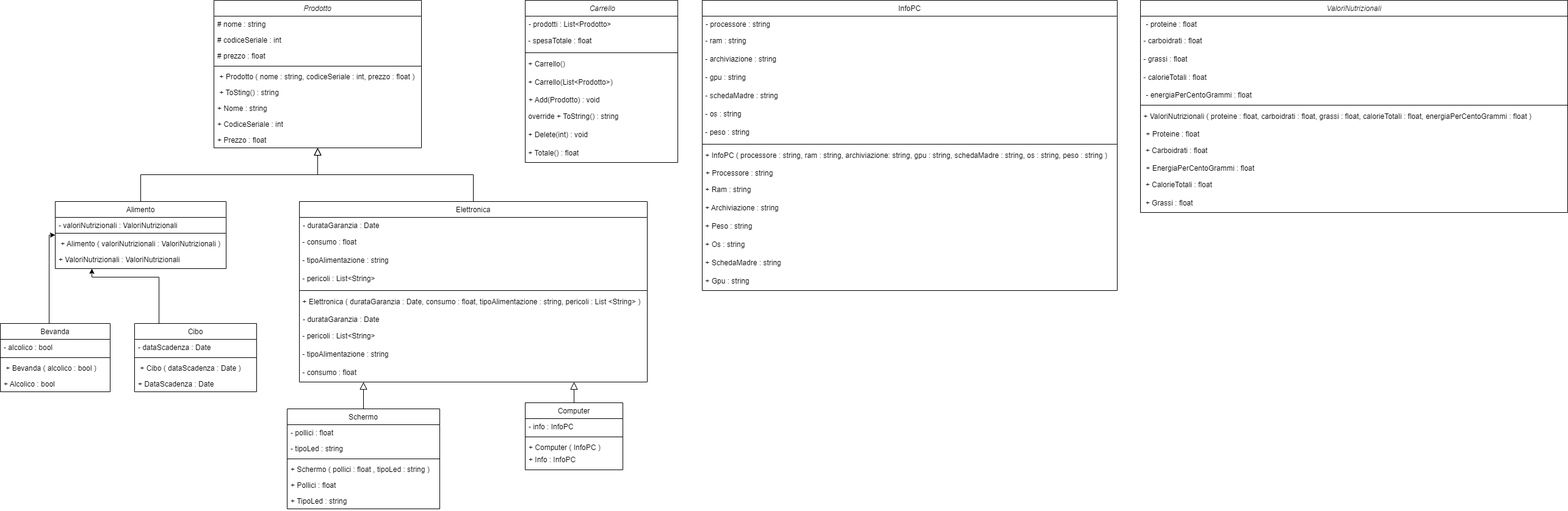
Before: carello.png, a diagram exported from draw.io (Morax-07/CarrelloSpesa). Source tidied: cells renumbered, new cells last; positions are measured from the earlier drawing's top-left corner, leaving out a move shared by most shapes.
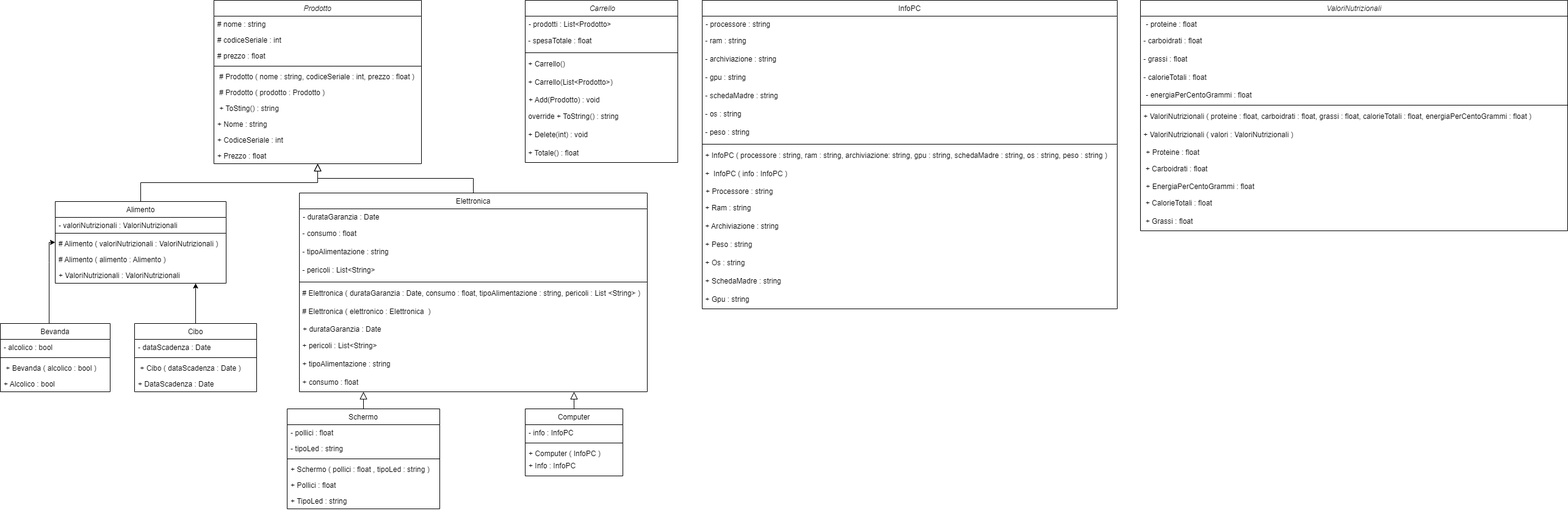
Above is the later version.

The edit, as a diff of the source:
```diff
@@ -3,7 +3,7 @@
     <mxCell id="0" />
     <mxCell id="1" parent="0" />
     <mxCell id="2" value="Prodotto" style="swimlane;fontStyle=2;align=center;verticalAlign=top;horizontal=1;startSize=26;rounded=0;shadow=0;strokeWidth=1;" parent="1" vertex="1">
-      <mxGeometry x="350" width="340" height="242" as="geometry" />
+      <mxGeometry x="350" width="340" height="268" as="geometry" />
     </mxCell>
     <mxCell id="3" value="# nome : string    " style="text;align=left;verticalAlign=top;spacingLeft=4;spacingRight=4;overflow=hidden;" parent="2" vertex="1">
       <mxGeometry y="26" width="340" height="26" as="geometry" />
@@ -17,23 +17,26 @@
     <mxCell id="6" style="line;html=1;strokeWidth=1;align=left;verticalAlign=middle;spacingTop=-1;spacingLeft=3;spacingRight=3;labelPosition=right;" parent="2" vertex="1">
       <mxGeometry y="104" width="340" height="8" as="geometry" />
     </mxCell>
-    <mxCell id="7" value=" + Prodotto ( nome : string, codiceSeriale : int, prezzo : float )" style="text;align=left;verticalAlign=top;spacingLeft=4;spacingRight=4;overflow=hidden;" parent="2" vertex="1">
+    <mxCell id="7" value=" # Prodotto ( nome : string, codiceSeriale : int, prezzo : float )" style="text;align=left;verticalAlign=top;spacingLeft=4;spacingRight=4;overflow=hidden;" parent="2" vertex="1">
       <mxGeometry y="112" width="340" height="26" as="geometry" />
     </mxCell>
+    <mxCell id="97" value=" # Prodotto ( prodotto : Prodotto )" style="text;align=left;verticalAlign=top;spacingLeft=4;spacingRight=4;overflow=hidden;" parent="2" vertex="1">
+      <mxGeometry y="138" width="340" height="26" as="geometry" />
+    </mxCell>
     <mxCell id="8" value=" + ToSting() : string" style="text;align=left;verticalAlign=top;spacingLeft=4;spacingRight=4;overflow=hidden;" parent="2" vertex="1">
-      <mxGeometry y="138" width="340" height="26" as="geometry" />
+      <mxGeometry y="164" width="340" height="26" as="geometry" />
     </mxCell>
     <mxCell id="9" value="+ Nome : string" style="text;align=left;verticalAlign=top;spacingLeft=4;spacingRight=4;overflow=hidden;" parent="2" vertex="1">
-      <mxGeometry y="164" width="340" height="26" as="geometry" />
+      <mxGeometry y="190" width="340" height="26" as="geometry" />
     </mxCell>
     <mxCell id="10" value="+ CodiceSeriale : int" style="text;align=left;verticalAlign=top;spacingLeft=4;spacingRight=4;overflow=hidden;" parent="2" vertex="1">
-      <mxGeometry y="190" width="340" height="26" as="geometry" />
+      <mxGeometry y="216" width="340" height="26" as="geometry" />
     </mxCell>
     <mxCell id="11" value="+ Prezzo : float" style="text;align=left;verticalAlign=top;spacingLeft=4;spacingRight=4;overflow=hidden;" parent="2" vertex="1">
-      <mxGeometry y="216" width="340" height="26" as="geometry" />
+      <mxGeometry y="242" width="340" height="26" as="geometry" />
     </mxCell>
     <mxCell id="12" value="Alimento" style="swimlane;fontStyle=0;align=center;verticalAlign=top;horizontal=1;startSize=26;rounded=0;shadow=0;strokeWidth=1;" parent="1" vertex="1">
-      <mxGeometry x="90" y="330" width="280" height="110" as="geometry" />
+      <mxGeometry x="90" y="330" width="280" height="134" as="geometry" />
     </mxCell>
     <mxCell id="13" value="- valoriNutrizionali : ValoriNutrizionali" style="text;align=left;verticalAlign=top;spacingLeft=4;spacingRight=4;overflow=hidden;" parent="12" vertex="1">
       <mxGeometry y="26" width="280" height="22" as="geometry" />
@@ -41,17 +44,20 @@
     <mxCell id="14" style="line;html=1;strokeWidth=1;align=left;verticalAlign=middle;spacingTop=-1;spacingLeft=3;spacingRight=3;labelPosition=right;" parent="12" vertex="1">
       <mxGeometry y="48" width="280" height="8" as="geometry" />
     </mxCell>
-    <mxCell id="15" value=" + Alimento ( valoriNutrizionali : ValoriNutrizionali )" style="text;align=left;verticalAlign=top;spacingLeft=4;spacingRight=4;overflow=hidden;" parent="12" vertex="1">
+    <mxCell id="15" value="# Alimento ( valoriNutrizionali : ValoriNutrizionali )" style="text;align=left;verticalAlign=top;spacingLeft=4;spacingRight=4;overflow=hidden;" parent="12" vertex="1">
       <mxGeometry y="56" width="280" height="26" as="geometry" />
     </mxCell>
+    <mxCell id="98" value="# Alimento ( alimento : Alimento )" style="text;align=left;verticalAlign=top;spacingLeft=4;spacingRight=4;overflow=hidden;" parent="12" vertex="1">
+      <mxGeometry y="82" width="280" height="26" as="geometry" />
+    </mxCell>
     <mxCell id="16" value="+ ValoriNutrizionali : ValoriNutrizionali" style="text;align=left;verticalAlign=top;spacingLeft=4;spacingRight=4;overflow=hidden;" parent="12" vertex="1">
-      <mxGeometry y="82" width="280" height="26" as="geometry" />
+      <mxGeometry y="108" width="280" height="26" as="geometry" />
     </mxCell>
     <mxCell id="17" style="endArrow=block;endSize=10;endFill=0;shadow=0;strokeWidth=1;rounded=0;curved=0;edgeStyle=elbowEdgeStyle;elbow=vertical;" parent="1" edge="1" source="12" target="2">
       <mxGeometry relative="1" as="geometry" />
     </mxCell>
     <mxCell id="18" value="Elettronica&#10;" style="swimlane;fontStyle=0;align=center;verticalAlign=top;horizontal=1;startSize=26;rounded=0;shadow=0;strokeWidth=1;" parent="1" vertex="1">
-      <mxGeometry x="490" y="330" width="570" height="296" as="geometry" />
+      <mxGeometry x="490" y="316" width="570" height="326" as="geometry" />
     </mxCell>
     <mxCell id="19" value="- durataGaranzia : Date&#10;" style="text;align=left;verticalAlign=top;spacingLeft=4;spacingRight=4;overflow=hidden;" parent="18" vertex="1">
       <mxGeometry y="26" width="570" height="26" as="geometry" />
@@ -68,20 +74,23 @@
     <mxCell id="23" style="line;html=1;strokeWidth=1;align=left;verticalAlign=middle;spacingTop=-1;spacingLeft=3;spacingRight=3;labelPosition=right;" parent="18" vertex="1">
       <mxGeometry y="142" width="570" height="8" as="geometry" />
     </mxCell>
-    <mxCell id="24" value="&amp;nbsp;+ Elettronica ( durataGaranzia : Date, consumo : float, tipoAlimentazione : string, pericoli : List &amp;lt;String&amp;gt; )" style="text;html=1;align=left;verticalAlign=middle;whiteSpace=wrap;rounded=0;" parent="18" vertex="1">
+    <mxCell id="24" value="&amp;nbsp;# Elettronica ( durataGaranzia : Date, consumo : float, tipoAlimentazione : string, pericoli : List &amp;lt;String&amp;gt; )" style="text;html=1;align=left;verticalAlign=middle;whiteSpace=wrap;rounded=0;" parent="18" vertex="1">
       <mxGeometry y="150" width="570" height="30" as="geometry" />
     </mxCell>
+    <mxCell id="99" value="&amp;nbsp;# Elettronica ( elettronico : Elettronica&amp;nbsp; )" style="text;html=1;align=left;verticalAlign=middle;whiteSpace=wrap;rounded=0;" parent="18" vertex="1">
+      <mxGeometry y="180" width="570" height="30" as="geometry" />
+    </mxCell>
-    <mxCell id="25" value="- durataGaranzia : Date&#10;" style="text;align=left;verticalAlign=top;spacingLeft=4;spacingRight=4;overflow=hidden;" parent="18" vertex="1">
-      <mxGeometry y="180" width="570" height="26" as="geometry" />
+    <mxCell id="25" value="+ durataGaranzia : Date&#10;" style="text;align=left;verticalAlign=top;spacingLeft=4;spacingRight=4;overflow=hidden;" parent="18" vertex="1">
+      <mxGeometry y="210" width="570" height="26" as="geometry" />
     </mxCell>
-    <mxCell id="26" value="&amp;nbsp;- pericoli : List&amp;lt;String&amp;gt;" style="text;html=1;align=left;verticalAlign=middle;whiteSpace=wrap;rounded=0;" parent="18" vertex="1">
-      <mxGeometry y="206" width="570" height="30" as="geometry" />
+    <mxCell id="26" value="&amp;nbsp;+ pericoli : List&amp;lt;String&amp;gt;" style="text;html=1;align=left;verticalAlign=middle;whiteSpace=wrap;rounded=0;" parent="18" vertex="1">
+      <mxGeometry y="236" width="570" height="30" as="geometry" />
     </mxCell>
-    <mxCell id="27" value="&amp;nbsp;- tipoAlimentazione : string" style="text;html=1;align=left;verticalAlign=middle;whiteSpace=wrap;rounded=0;" parent="18" vertex="1">
-      <mxGeometry y="236" width="570" height="30" as="geometry" />
+    <mxCell id="27" value="&amp;nbsp;+ tipoAlimentazione : string" style="text;html=1;align=left;verticalAlign=middle;whiteSpace=wrap;rounded=0;" parent="18" vertex="1">
+      <mxGeometry y="266" width="570" height="30" as="geometry" />
     </mxCell>
-    <mxCell id="28" value="&amp;nbsp;- consumo : float" style="text;html=1;align=left;verticalAlign=middle;whiteSpace=wrap;rounded=0;" parent="18" vertex="1">
-      <mxGeometry y="266" width="570" height="30" as="geometry" />
+    <mxCell id="28" value="&amp;nbsp;+ consumo : float" style="text;html=1;align=left;verticalAlign=middle;whiteSpace=wrap;rounded=0;" parent="18" vertex="1">
+      <mxGeometry y="296" width="570" height="30" as="geometry" />
     </mxCell>
     <mxCell id="29" style="endArrow=block;endSize=10;endFill=0;shadow=0;strokeWidth=1;rounded=0;curved=0;edgeStyle=elbowEdgeStyle;elbow=vertical;" parent="1" edge="1" source="18" target="2">
       <mxGeometry relative="1" as="geometry" />
@@ -161,7 +170,7 @@
       </mxGeometry>
     </mxCell>
     <mxCell id="50" value="Computer&#10;" style="swimlane;fontStyle=0;align=center;verticalAlign=top;horizontal=1;startSize=26;rounded=0;shadow=0;strokeWidth=1;" parent="1" vertex="1">
-      <mxGeometry x="860" y="660" width="160" height="110" as="geometry" />
+      <mxGeometry x="860" y="670" width="160" height="110" as="geometry" />
     </mxCell>
     <mxCell id="51" value="- info : InfoPC" style="text;align=left;verticalAlign=top;spacingLeft=4;spacingRight=4;overflow=hidden;" parent="50" vertex="1">
       <mxGeometry y="26" width="160" height="26" as="geometry" />
@@ -216,7 +225,7 @@
       <mxGeometry y="236" width="250" height="30" as="geometry" />
     </mxCell>
     <mxCell id="67" value="InfoPC" style="swimlane;fontStyle=0;align=center;verticalAlign=top;horizontal=1;startSize=26;rounded=0;shadow=0;strokeWidth=1;" parent="1" vertex="1">
-      <mxGeometry x="1150" width="680" height="476" as="geometry" />
+      <mxGeometry x="1150" width="680" height="506" as="geometry" />
     </mxCell>
     <mxCell id="68" value="- processore : string" style="text;align=left;verticalAlign=top;spacingLeft=4;spacingRight=4;overflow=hidden;" parent="67" vertex="1">
       <mxGeometry y="26" width="680" height="26" as="geometry" />
@@ -245,29 +254,32 @@
     <mxCell id="76" value="&amp;nbsp;+ InfoPC ( processore : string, ram : string, archiviazione: string, gpu : string, schedaMadre : string, os : string, peso : string )&amp;nbsp;" style="text;html=1;align=left;verticalAlign=middle;whiteSpace=wrap;rounded=0;" parent="67" vertex="1">
       <mxGeometry y="240" width="680" height="30" as="geometry" />
     </mxCell>
+    <mxCell id="100" value="&amp;nbsp;+&amp;nbsp; InfoPC ( info : InfoPC )" style="text;html=1;align=left;verticalAlign=middle;whiteSpace=wrap;rounded=0;" parent="67" vertex="1">
+      <mxGeometry y="270" width="680" height="30" as="geometry" />
+    </mxCell>
     <mxCell id="77" value="+ Processore : string    " style="text;align=left;verticalAlign=top;spacingLeft=4;spacingRight=4;overflow=hidden;" parent="67" vertex="1">
-      <mxGeometry y="270" width="680" height="26" as="geometry" />
+      <mxGeometry y="300" width="680" height="26" as="geometry" />
     </mxCell>
     <mxCell id="78" value="&amp;nbsp;+ Ram : string" style="text;html=1;align=left;verticalAlign=middle;whiteSpace=wrap;rounded=0;" parent="67" vertex="1">
-      <mxGeometry y="296" width="680" height="30" as="geometry" />
+      <mxGeometry y="326" width="680" height="30" as="geometry" />
     </mxCell>
     <mxCell id="79" value="&amp;nbsp;+ Archiviazione : string" style="text;html=1;align=left;verticalAlign=middle;whiteSpace=wrap;rounded=0;" parent="67" vertex="1">
-      <mxGeometry y="326" width="680" height="30" as="geometry" />
+      <mxGeometry y="356" width="680" height="30" as="geometry" />
     </mxCell>
     <mxCell id="80" value="&amp;nbsp;+ Peso : string" style="text;html=1;align=left;verticalAlign=middle;whiteSpace=wrap;rounded=0;" parent="67" vertex="1">
-      <mxGeometry y="356" width="680" height="30" as="geometry" />
+      <mxGeometry y="386" width="680" height="30" as="geometry" />
     </mxCell>
     <mxCell id="81" value="&amp;nbsp;+ Os : string" style="text;html=1;align=left;verticalAlign=middle;whiteSpace=wrap;rounded=0;" parent="67" vertex="1">
-      <mxGeometry y="386" width="680" height="30" as="geometry" />
+      <mxGeometry y="416" width="680" height="30" as="geometry" />
     </mxCell>
     <mxCell id="82" value="&amp;nbsp;+ SchedaMadre : string" style="text;html=1;align=left;verticalAlign=middle;whiteSpace=wrap;rounded=0;" parent="67" vertex="1">
-      <mxGeometry y="416" width="680" height="30" as="geometry" />
+      <mxGeometry y="446" width="680" height="30" as="geometry" />
     </mxCell>
     <mxCell id="83" value="&amp;nbsp;+ Gpu : string" style="text;html=1;align=left;verticalAlign=middle;whiteSpace=wrap;rounded=0;" parent="67" vertex="1">
-      <mxGeometry y="446" width="680" height="30" as="geometry" />
+      <mxGeometry y="476" width="680" height="30" as="geometry" />
     </mxCell>
     <mxCell id="84" value="ValoriNutrizionali" style="swimlane;fontStyle=2;align=center;verticalAlign=top;horizontal=1;startSize=26;rounded=0;shadow=0;strokeWidth=1;" parent="1" vertex="1">
-      <mxGeometry x="1868" width="700" height="348" as="geometry" />
+      <mxGeometry x="1868" width="700" height="378" as="geometry" />
     </mxCell>
     <mxCell id="85" value=" - proteine : float" style="text;align=left;verticalAlign=top;spacingLeft=4;spacingRight=4;overflow=hidden;" parent="84" vertex="1">
       <mxGeometry y="26" width="700" height="26" as="geometry" />
@@ -290,20 +302,23 @@
     <mxCell id="91" value="&amp;nbsp;+ ValoriNutrizionali ( proteine : float, carboidrati : float, grassi : float, calorieTotali : float, energiaPerCentoGrammi : float )" style="text;html=1;align=left;verticalAlign=middle;whiteSpace=wrap;rounded=0;" parent="84" vertex="1">
       <mxGeometry y="176" width="700" height="30" as="geometry" />
     </mxCell>
+    <mxCell id="101" value="&amp;nbsp;+ ValoriNutrizionali ( valori : ValoriNutrizionali )" style="text;html=1;align=left;verticalAlign=middle;whiteSpace=wrap;rounded=0;" parent="84" vertex="1">
+      <mxGeometry y="206" width="700" height="30" as="geometry" />
+    </mxCell>
     <mxCell id="92" value=" + Proteine : float" style="text;align=left;verticalAlign=top;spacingLeft=4;spacingRight=4;overflow=hidden;" parent="84" vertex="1">
-      <mxGeometry y="206" width="700" height="26" as="geometry" />
+      <mxGeometry y="236" width="700" height="26" as="geometry" />
     </mxCell>
     <mxCell id="93" value="&amp;nbsp; + Carboidrati : float" style="text;html=1;align=left;verticalAlign=middle;whiteSpace=wrap;rounded=0;" parent="84" vertex="1">
-      <mxGeometry y="232" width="700" height="30" as="geometry" />
+      <mxGeometry y="262" width="700" height="30" as="geometry" />
     </mxCell>
     <mxCell id="94" value=" + EnergiaPerCentoGrammi : float" style="text;align=left;verticalAlign=top;spacingLeft=4;spacingRight=4;overflow=hidden;" parent="84" vertex="1">
-      <mxGeometry y="262" width="700" height="26" as="geometry" />
+      <mxGeometry y="292" width="700" height="26" as="geometry" />
     </mxCell>
     <mxCell id="95" value="&amp;nbsp; + CalorieTotali : float" style="text;html=1;align=left;verticalAlign=middle;whiteSpace=wrap;rounded=0;" parent="84" vertex="1">
-      <mxGeometry y="288" width="700" height="30" as="geometry" />
+      <mxGeometry y="318" width="700" height="30" as="geometry" />
     </mxCell>
     <mxCell id="96" value="&amp;nbsp; + Grassi : float" style="text;html=1;align=left;verticalAlign=middle;whiteSpace=wrap;rounded=0;" parent="84" vertex="1">
-      <mxGeometry y="318" width="700" height="30" as="geometry" />
+      <mxGeometry y="348" width="700" height="30" as="geometry" />
     </mxCell>
   </root>
 </mxGraphModel>
```
